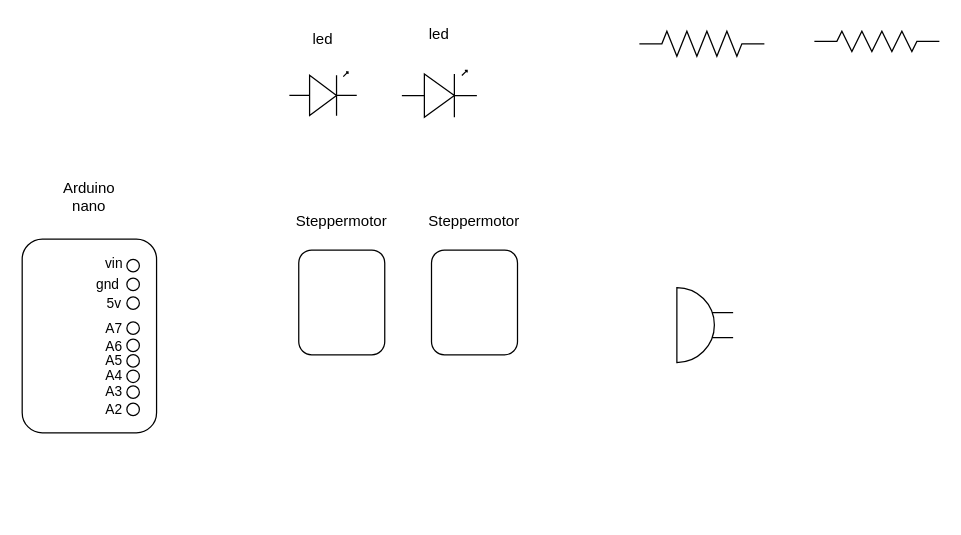
ChaimaeBen/arduinoRobot keeps this draw.io diagram as Untitled Diagram.drawio. Above is the earlier version. Source tidied: cells renumbered, new cells numbered last; positions are measured from the earlier drawing's top-left corner, leaving out a move shared by most shapes. Both pictures are drawn from the tidied source at 125%, with x=0, y=0 at pixel (-9, 21).
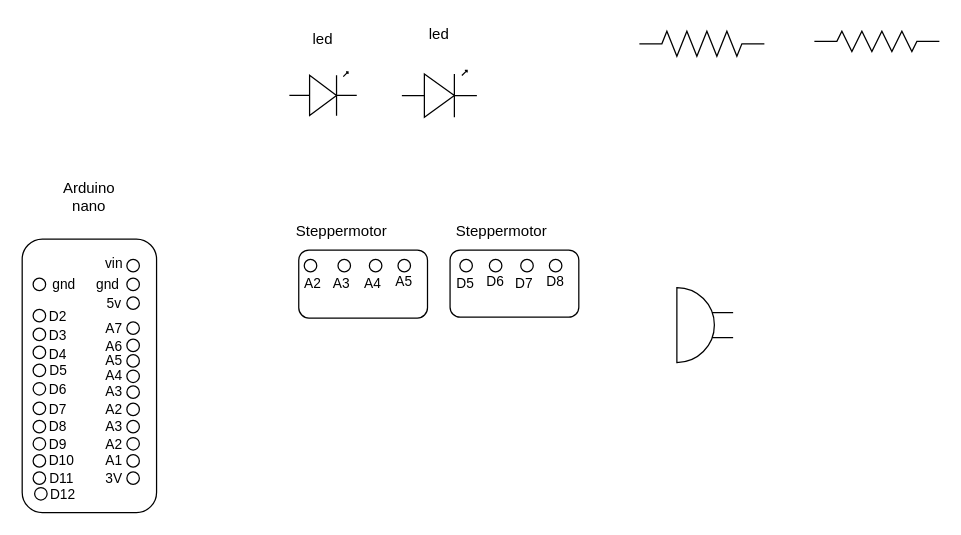
The same diagram, later.

What changed in the source:
```diff
@@
     <mxCell id="6" style="rounded=1;whiteSpace=wrap;html=1;rotation=-90;" parent="1" vertex="1">
-      <mxGeometry x="0.5" y="197.5" width="155" height="107.5" as="geometry" />
+      <mxGeometry x="-31.4" y="229.4" width="218.8" height="107.5" as="geometry" />
     </mxCell>
     <mxCell id="7" style="rounded=1;whiteSpace=wrap;html=1;rotation=-90;" parent="1" vertex="1">
-      <mxGeometry x="238" y="190" width="83.8" height="68.8" as="geometry" />
+      <mxGeometry x="269.8" y="158.2" width="54.4" height="103" as="geometry" />
     </mxCell>
@@
-    <mxCell id="15" style="rounded=1;whiteSpace=wrap;html=1;rotation=-90;" parent="1" vertex="1">
-      <mxGeometry x="344.2" y="190" width="83.8" height="68.8" as="geometry" />
-    </mxCell>
@@
     <mxCell id="17" value="Steppermotor" style="text;html=1;strokeColor=none;fillColor=none;align=center;verticalAlign=middle;whiteSpace=wrap;rounded=0;" parent="1" vertex="1">
-      <mxGeometry x="259.9" y="150" width="40" height="20" as="geometry" />
+      <mxGeometry x="259.9" y="158.2" width="40" height="20" as="geometry" />
     </mxCell>
     <mxCell id="18" value="Steppermotor" style="text;html=1;strokeColor=none;fillColor=none;align=center;verticalAlign=middle;whiteSpace=wrap;rounded=0;" parent="1" vertex="1">
-      <mxGeometry x="366.1" y="150" width="40" height="20" as="geometry" />
+      <mxGeometry x="388" y="158.2" width="40" height="20" as="geometry" />
     </mxCell>
@@
+    <mxCell id="33" style="ellipse;whiteSpace=wrap;html=1;" parent="1" vertex="1">
+      <mxGeometry x="33" y="205" width="10" height="10" as="geometry" />
+    </mxCell>
+    <mxCell id="34" value="gnd" style="text;html=1;strokeColor=none;fillColor=none;align=center;verticalAlign=middle;whiteSpace=wrap;rounded=0;fontSize=11;" parent="1" vertex="1">
+      <mxGeometry x="38" y="200" width="40" height="20" as="geometry" />
+    </mxCell>
+    <mxCell id="35" style="ellipse;whiteSpace=wrap;html=1;" parent="1" vertex="1">
+      <mxGeometry x="33" y="230" width="10" height="10" as="geometry" />
+    </mxCell>
+    <mxCell id="36" style="ellipse;whiteSpace=wrap;html=1;" parent="1" vertex="1">
+      <mxGeometry x="33" y="245" width="10" height="10" as="geometry" />
+    </mxCell>
+    <mxCell id="37" style="ellipse;whiteSpace=wrap;html=1;" parent="1" vertex="1">
+      <mxGeometry x="33" y="259.4" width="10" height="10" as="geometry" />
+    </mxCell>
+    <mxCell id="38" style="ellipse;whiteSpace=wrap;html=1;" parent="1" vertex="1">
+      <mxGeometry x="33" y="273.8" width="10" height="10" as="geometry" />
+    </mxCell>
+    <mxCell id="39" style="ellipse;whiteSpace=wrap;html=1;" parent="1" vertex="1">
+      <mxGeometry x="33" y="288.5" width="10" height="10" as="geometry" />
+    </mxCell>
+    <mxCell id="40" value="&lt;br&gt;D2" style="text;html=1;strokeColor=none;fillColor=none;align=center;verticalAlign=middle;whiteSpace=wrap;rounded=0;fontSize=11;" parent="1" vertex="1">
+      <mxGeometry x="33" y="218.8" width="40" height="21.2" as="geometry" />
+    </mxCell>
+    <mxCell id="41" value="&lt;br&gt;D3" style="text;html=1;strokeColor=none;fillColor=none;align=center;verticalAlign=middle;whiteSpace=wrap;rounded=0;fontSize=11;" parent="1" vertex="1">
+      <mxGeometry x="33" y="233.8" width="40" height="21.2" as="geometry" />
+    </mxCell>
+    <mxCell id="42" value="&lt;br&gt;D4" style="text;html=1;strokeColor=none;fillColor=none;align=center;verticalAlign=middle;whiteSpace=wrap;rounded=0;fontSize=11;" parent="1" vertex="1">
+      <mxGeometry x="33" y="248.1" width="40" height="21.2" as="geometry" />
+    </mxCell>
+    <mxCell id="43" value="D5" style="text;html=1;strokeColor=none;fillColor=none;align=center;verticalAlign=middle;whiteSpace=wrap;rounded=0;fontSize=11;" parent="1" vertex="1">
+      <mxGeometry x="35.5" y="273.8" width="35" height="10.6" as="geometry" />
+    </mxCell>
+    <mxCell id="44" value="&lt;br&gt;D6" style="text;html=1;strokeColor=none;fillColor=none;align=center;verticalAlign=middle;whiteSpace=wrap;rounded=0;fontSize=11;" parent="1" vertex="1">
+      <mxGeometry x="33" y="276.2" width="40" height="21.2" as="geometry" />
+    </mxCell>
+    <mxCell id="45" style="ellipse;whiteSpace=wrap;html=1;spacingTop=-8;" parent="1" vertex="1">
+      <mxGeometry x="249.9" y="190" width="10" height="10" as="geometry" />
+    </mxCell>
+    <mxCell id="46" style="ellipse;whiteSpace=wrap;html=1;spacingTop=-8;" parent="1" vertex="1">
+      <mxGeometry x="276.9" y="190" width="10" height="10" as="geometry" />
+    </mxCell>
+    <mxCell id="47" style="ellipse;whiteSpace=wrap;html=1;" parent="1" vertex="1">
+      <mxGeometry x="33" y="304.2" width="10" height="10" as="geometry" />
+    </mxCell>
+    <mxCell id="48" value="&lt;br&gt;D7" style="text;html=1;strokeColor=none;fillColor=none;align=center;verticalAlign=middle;whiteSpace=wrap;rounded=0;fontSize=11;" parent="1" vertex="1">
+      <mxGeometry x="33" y="292" width="40" height="21.2" as="geometry" />
+    </mxCell>
+    <mxCell id="49" style="ellipse;whiteSpace=wrap;html=1;spacingTop=-8;" parent="1" vertex="1">
+      <mxGeometry x="108" y="318.8" width="10" height="10" as="geometry" />
+    </mxCell>
+    <mxCell id="50" value="&lt;br&gt;A3" style="text;html=1;strokeColor=none;fillColor=none;align=center;verticalAlign=middle;whiteSpace=wrap;rounded=0;fontSize=11;spacing=3;" parent="1" vertex="1">
+      <mxGeometry x="83" y="315" width="30" height="3.8" as="geometry" />
+    </mxCell>
+    <mxCell id="51" style="ellipse;whiteSpace=wrap;html=1;spacingTop=-8;" parent="1" vertex="1">
+      <mxGeometry x="108" y="332.5" width="10" height="10" as="geometry" />
+    </mxCell>
+    <mxCell id="52" value="&lt;br&gt;A2" style="text;html=1;strokeColor=none;fillColor=none;align=center;verticalAlign=middle;whiteSpace=wrap;rounded=0;fontSize=11;spacing=3;" parent="1" vertex="1">
+      <mxGeometry x="83" y="328.8" width="30" height="3.8" as="geometry" />
+    </mxCell>
+    <mxCell id="53" style="ellipse;whiteSpace=wrap;html=1;spacingTop=-8;" parent="1" vertex="1">
+      <mxGeometry x="108" y="346.2" width="10" height="10" as="geometry" />
+    </mxCell>
+    <mxCell id="54" value="&lt;br&gt;A1" style="text;html=1;strokeColor=none;fillColor=none;align=center;verticalAlign=middle;whiteSpace=wrap;rounded=0;fontSize=11;spacing=3;" parent="1" vertex="1">
+      <mxGeometry x="83" y="342.5" width="30" height="3.8" as="geometry" />
+    </mxCell>
+    <mxCell id="55" value="&lt;br&gt;3V" style="text;html=1;strokeColor=none;fillColor=none;align=center;verticalAlign=middle;whiteSpace=wrap;rounded=0;fontSize=11;spacing=3;" parent="1" vertex="1">
+      <mxGeometry x="83" y="356.2" width="30" height="3.8" as="geometry" />
+    </mxCell>
+    <mxCell id="56" style="ellipse;whiteSpace=wrap;html=1;spacingTop=-8;" parent="1" vertex="1">
+      <mxGeometry x="108" y="360" width="10" height="10" as="geometry" />
+    </mxCell>
+    <mxCell id="57" style="ellipse;whiteSpace=wrap;html=1;" parent="1" vertex="1">
+      <mxGeometry x="33" y="318.8" width="10" height="10" as="geometry" />
+    </mxCell>
+    <mxCell id="58" value="&lt;br&gt;D8" style="text;html=1;strokeColor=none;fillColor=none;align=center;verticalAlign=middle;whiteSpace=wrap;rounded=0;fontSize=11;" parent="1" vertex="1">
+      <mxGeometry x="33" y="306.5" width="40" height="21.2" as="geometry" />
+    </mxCell>
+    <mxCell id="59" style="ellipse;whiteSpace=wrap;html=1;" parent="1" vertex="1">
+      <mxGeometry x="33" y="332.5" width="10" height="10" as="geometry" />
+    </mxCell>
+    <mxCell id="60" value="&lt;br&gt;D9" style="text;html=1;strokeColor=none;fillColor=none;align=center;verticalAlign=middle;whiteSpace=wrap;rounded=0;fontSize=11;" parent="1" vertex="1">
+      <mxGeometry x="33" y="320.2" width="40" height="21.2" as="geometry" />
+    </mxCell>
+    <mxCell id="61" style="ellipse;whiteSpace=wrap;html=1;" parent="1" vertex="1">
+      <mxGeometry x="33" y="346.2" width="10" height="10" as="geometry" />
+    </mxCell>
+    <mxCell id="62" value="&lt;br&gt;D10" style="text;html=1;strokeColor=none;fillColor=none;align=center;verticalAlign=middle;whiteSpace=wrap;rounded=0;fontSize=11;" parent="1" vertex="1">
+      <mxGeometry x="35.5" y="333.8" width="40" height="21.2" as="geometry" />
+    </mxCell>
+    <mxCell id="63" value="&lt;br&gt;D11" style="text;html=1;strokeColor=none;fillColor=none;align=center;verticalAlign=middle;whiteSpace=wrap;rounded=0;fontSize=11;" parent="1" vertex="1">
+      <mxGeometry x="35.5" y="347.5" width="40" height="21.2" as="geometry" />
+    </mxCell>
+    <mxCell id="64" style="ellipse;whiteSpace=wrap;html=1;" parent="1" vertex="1">
+      <mxGeometry x="33" y="360" width="10" height="10" as="geometry" />
+    </mxCell>
+    <mxCell id="65" value="&lt;br&gt;D12" style="text;html=1;strokeColor=none;fillColor=none;align=center;verticalAlign=middle;whiteSpace=wrap;rounded=0;fontSize=11;" parent="1" vertex="1">
+      <mxGeometry x="36.8" y="360" width="40" height="21.2" as="geometry" />
+    </mxCell>
+    <mxCell id="66" style="ellipse;whiteSpace=wrap;html=1;" parent="1" vertex="1">
+      <mxGeometry x="34.2" y="372.5" width="10" height="10" as="geometry" />
+    </mxCell>
+    <mxCell id="67" value="&lt;br&gt;A2" style="text;html=1;strokeColor=none;fillColor=none;align=center;verticalAlign=middle;whiteSpace=wrap;rounded=0;fontSize=11;" parent="1" vertex="1">
+      <mxGeometry x="236.9" y="191.2" width="40" height="21.2" as="geometry" />
+    </mxCell>
+    <mxCell id="68" value="&lt;br&gt;A3" style="text;html=1;strokeColor=none;fillColor=none;align=center;verticalAlign=middle;whiteSpace=wrap;rounded=0;fontSize=11;" parent="1" vertex="1">
+      <mxGeometry x="259.9" y="191.2" width="40" height="21.2" as="geometry" />
+    </mxCell>
+    <mxCell id="69" style="ellipse;whiteSpace=wrap;html=1;spacingTop=-8;" parent="1" vertex="1">
+      <mxGeometry x="302" y="190" width="10" height="10" as="geometry" />
+    </mxCell>
+    <mxCell id="70" value="&lt;br&gt;A4" style="text;html=1;strokeColor=none;fillColor=none;align=center;verticalAlign=middle;whiteSpace=wrap;rounded=0;fontSize=11;" parent="1" vertex="1">
+      <mxGeometry x="284.9" y="191.2" width="40" height="21.2" as="geometry" />
+    </mxCell>
+    <mxCell id="71" style="ellipse;whiteSpace=wrap;html=1;spacingTop=-8;" parent="1" vertex="1">
+      <mxGeometry x="324.9" y="190" width="10" height="10" as="geometry" />
+    </mxCell>
+    <mxCell id="72" value="&lt;br&gt;A5" style="text;html=1;strokeColor=none;fillColor=none;align=center;verticalAlign=middle;whiteSpace=wrap;rounded=0;fontSize=11;" parent="1" vertex="1">
+      <mxGeometry x="309.9" y="190" width="40" height="21.2" as="geometry" />
+    </mxCell>
+    <mxCell id="73" style="rounded=1;whiteSpace=wrap;html=1;rotation=-90;" parent="1" vertex="1">
+      <mxGeometry x="391.2" y="157.9" width="53.7" height="103" as="geometry" />
+    </mxCell>
+    <mxCell id="74" style="ellipse;whiteSpace=wrap;html=1;spacingTop=-8;" parent="1" vertex="1">
+      <mxGeometry x="374.4" y="190" width="10" height="10" as="geometry" />
+    </mxCell>
+    <mxCell id="75" style="ellipse;whiteSpace=wrap;html=1;spacingTop=-8;" parent="1" vertex="1">
+      <mxGeometry x="398" y="190" width="10" height="10" as="geometry" />
+    </mxCell>
+    <mxCell id="76" value="D5" style="text;html=1;strokeColor=none;fillColor=none;align=center;verticalAlign=middle;whiteSpace=wrap;rounded=0;fontSize=11;" parent="1" vertex="1">
+      <mxGeometry x="359.4" y="198.8" width="40" height="21.2" as="geometry" />
+    </mxCell>
+    <mxCell id="77" value="D6" style="text;html=1;strokeColor=none;fillColor=none;align=center;verticalAlign=middle;whiteSpace=wrap;rounded=0;fontSize=11;" parent="1" vertex="1">
+      <mxGeometry x="383" y="197.5" width="40" height="21.2" as="geometry" />
+    </mxCell>
+    <mxCell id="78" style="ellipse;whiteSpace=wrap;html=1;spacingTop=-8;" parent="1" vertex="1">
+      <mxGeometry x="423.1" y="190" width="10" height="10" as="geometry" />
+    </mxCell>
+    <mxCell id="79" value="&lt;br&gt;D7" style="text;html=1;strokeColor=none;fillColor=none;align=center;verticalAlign=middle;whiteSpace=wrap;rounded=0;fontSize=11;" parent="1" vertex="1">
+      <mxGeometry x="406" y="191.2" width="40" height="21.2" as="geometry" />
+    </mxCell>
+    <mxCell id="80" style="ellipse;whiteSpace=wrap;html=1;spacingTop=-8;" parent="1" vertex="1">
+      <mxGeometry x="446" y="190" width="10" height="10" as="geometry" />
+    </mxCell>
+    <mxCell id="81" value="&lt;br&gt;D8" style="text;html=1;strokeColor=none;fillColor=none;align=center;verticalAlign=middle;whiteSpace=wrap;rounded=0;fontSize=11;" parent="1" vertex="1">
+      <mxGeometry x="431" y="190" width="40" height="21.2" as="geometry" />
+    </mxCell>
```
